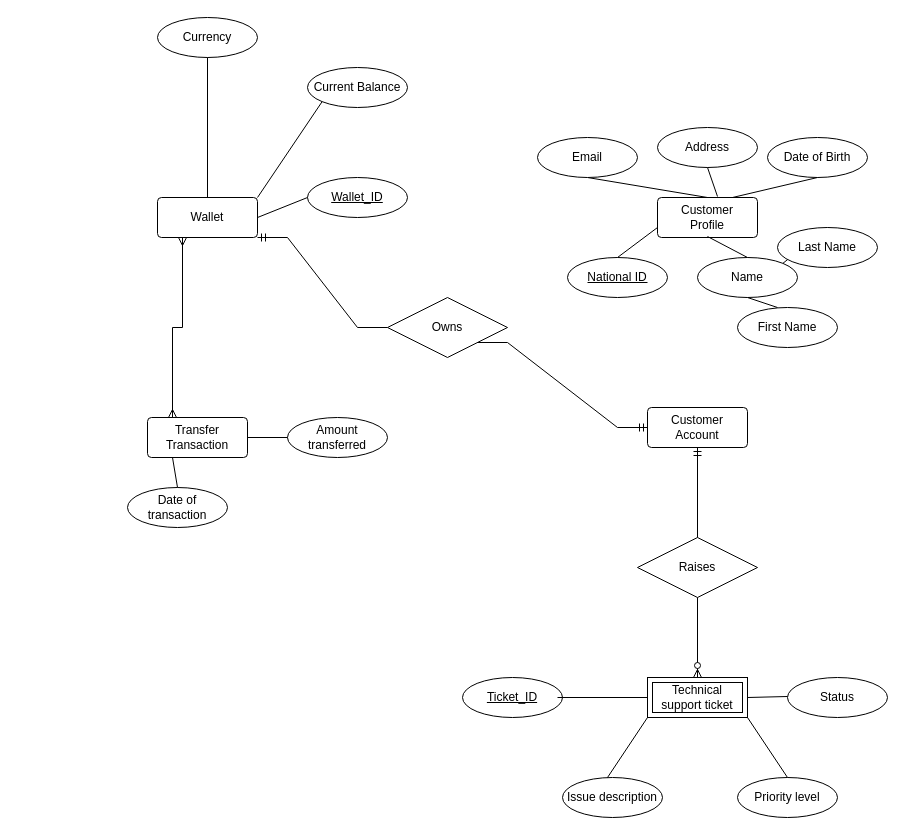
The draw.io diagram Untitled Diagram.drawio in itsfadymate/Customer-Data-Management-System, before the edit. Source tidied: cells renumbered, new cells numbered last; positions are measured from the earlier drawing's top-left corner, leaving out a move shared by most shapes. Both pictures are drawn from the tidied source at 100%, with x=0, y=0 at pixel (127, 17).
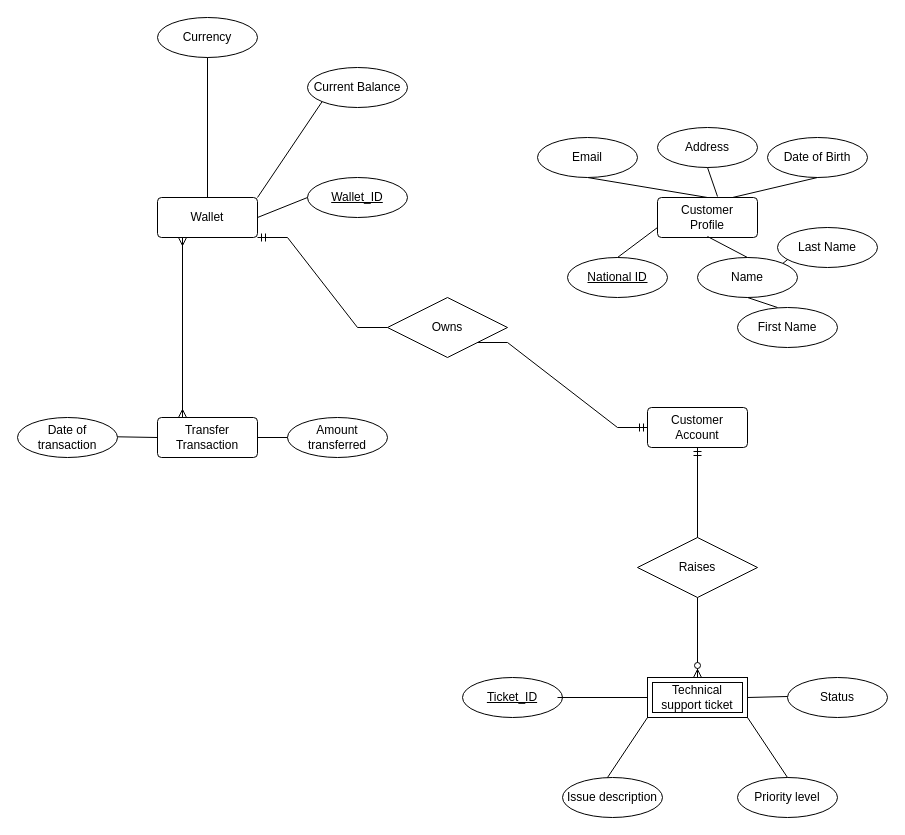
Above is the later version.

The change refers to these unchanged cells:
```xml
<mxCell id="3" value="Wallet" style="rounded=1;arcSize=10;whiteSpace=wrap;html=1;align=center;" parent="1" vertex="1">
  <mxGeometry x="30" y="180" width="100" height="40" as="geometry" />
</mxCell>
```

What changed in the source:
```diff
@@
     <mxCell id="17" value="Transfer Transaction" style="rounded=1;arcSize=10;whiteSpace=wrap;html=1;align=center;" parent="1" vertex="1">
-      <mxGeometry x="20" y="400" width="100" height="40" as="geometry" />
+      <mxGeometry x="30" y="400" width="100" height="40" as="geometry" />
     </mxCell>
@@
-    <mxCell id="21" style="edgeStyle=elbowEdgeStyle;fontSize=12;html=1;endArrow=ERmany;startArrow=ERmany;rounded=0;elbow=vertical;exitX=0.25;exitY=0;exitDx=0;exitDy=0;entryX=0.25;entryY=1;entryDx=0;entryDy=0;" parent="1" edge="1" source="17" target="3">
+    <mxCell id="21" style="fontSize=12;html=1;endArrow=ERmany;startArrow=ERmany;rounded=0;elbow=vertical;exitX=0.25;exitY=0;exitDx=0;exitDy=0;entryX=0.25;entryY=1;entryDx=0;entryDy=0;" parent="1" edge="1" source="17" target="3">
       <mxGeometry relative="1" as="geometry" />
     </mxCell>
@@
     <mxCell id="25" style="endArrow=none;html=1;rounded=0;" parent="1" edge="1">
       <mxGeometry relative="1" as="geometry">
-        <mxPoint x="120" y="420" as="sourcePoint" />
+        <mxPoint x="130" y="420" as="sourcePoint" />
         <mxPoint x="160" y="420" as="targetPoint" />
       </mxGeometry>
     </mxCell>
@@
     <mxCell id="27" value="Date of transaction" style="ellipse;whiteSpace=wrap;html=1;align=center;" parent="1" vertex="1">
-      <mxGeometry y="470" width="100" height="40" as="geometry" />
+      <mxGeometry x="-110" y="400" width="100" height="40" as="geometry" />
     </mxCell>
@@
-    <mxCell id="29" style="endArrow=none;html=1;rounded=0;exitX=0.25;exitY=1;exitDx=0;exitDy=0;entryX=0.5;entryY=0;entryDx=0;entryDy=0;" parent="1" edge="1" source="17" target="27">
-      <mxGeometry relative="1" as="geometry" />
-    </mxCell>
@@
+    <mxCell id="48" style="endArrow=none;html=1;rounded=0;" parent="1" edge="1">
+      <mxGeometry relative="1" as="geometry">
+        <mxPoint x="-10" y="419.3" as="sourcePoint" />
+        <mxPoint x="30" y="420" as="targetPoint" />
+      </mxGeometry>
+    </mxCell>
```
